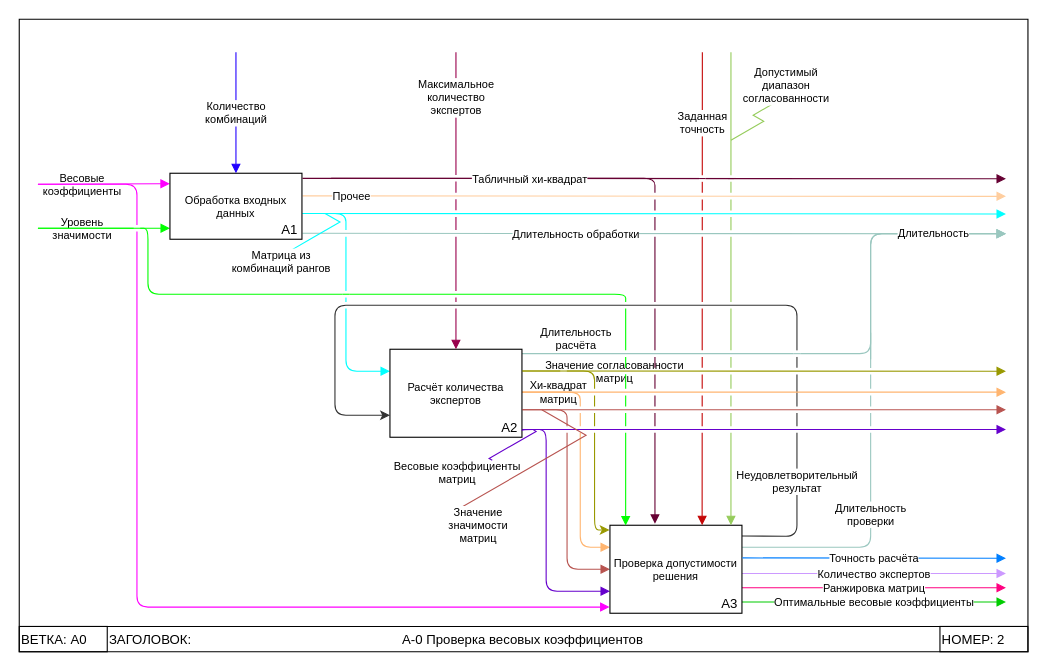
Earlier version of the draw.io diagram page "А0" (2 of 4) of draw_io/idef0 prog v2.drawio (Dimj1k/Works). Source tidied: cells renumbered, new cells numbered last; positions are measured from the earlier drawing's top-left corner, leaving out a move shared by most shapes. Both pictures are drawn from the tidied source at 110%, with x=0, y=0 at pixel (19, 19).
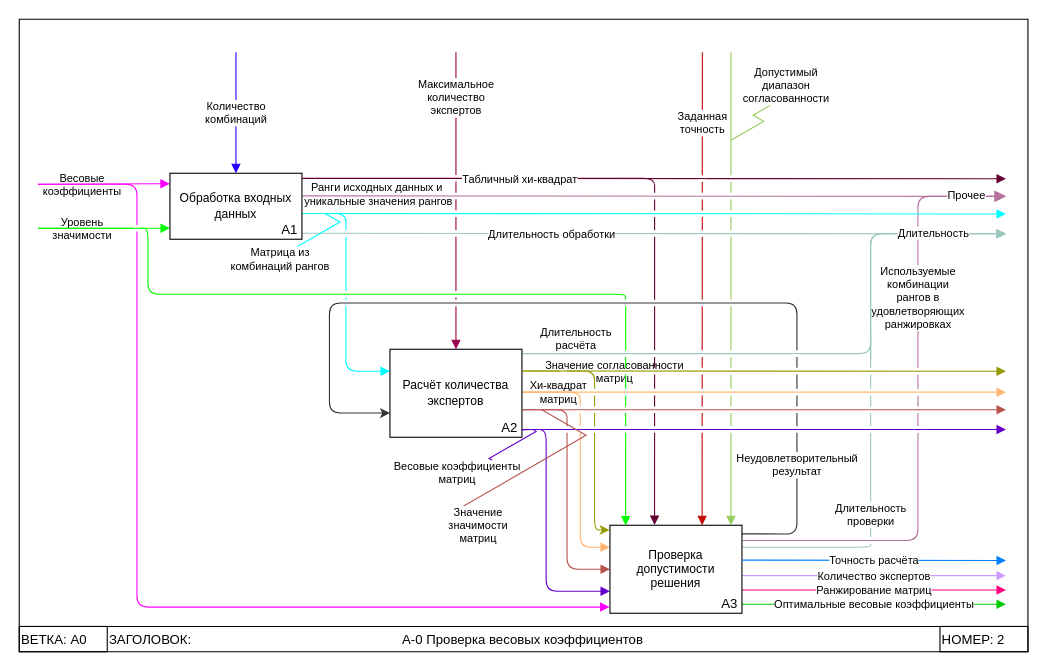
After the change.

Unchanged cells that the change refers to:
```xml
<mxCell id="11" style="swimlane;direction=west;fillColor=none;swimlaneFillColor=none;shadow=0;swimlaneLine=1;fontSize=10;" parent="1" vertex="1">
  <mxGeometry width="917" height="575" as="geometry" />
</mxCell>
<mxCell id="19" style="group;fontSize=10;" parent="11" vertex="1">
  <mxGeometry x="137" y="140" width="120" height="60" as="geometry" />
</mxCell>
<mxCell id="28" style="group;fontSize=10;" parent="11" vertex="1">
  <mxGeometry x="337" y="300" width="120" height="80" as="geometry" />
</mxCell>
<mxCell id="38" style="group;fontSize=10;" parent="11" vertex="1">
  <mxGeometry x="537" y="460" width="120" height="80" as="geometry" />
</mxCell>
```

What changed in the source:
```diff
@@
+    <mxCell id="59" value="Используемые&lt;br style=&quot;font-size: 10px;&quot;&gt;комбинации&lt;br style=&quot;font-size: 10px;&quot;&gt;рангов в&lt;br style=&quot;font-size: 10px;&quot;&gt;удовлетворяющих&lt;br style=&quot;font-size: 10px;&quot;&gt;ранжировках" style="edgeStyle=elbowEdgeStyle;elbow=horizontal;endArrow=block;html=1;rounded=1;endSize=8;startSize=8;endFill=1;strokeColor=#B5739D;exitX=1.003;exitY=0.174;exitDx=0;exitDy=0;exitPerimeter=0;jumpStyle=gap;fontSize=10;" parent="1" edge="1" source="39">
+      <mxGeometry x="0.38" relative="1" as="geometry">
+        <mxPoint x="897" y="161" as="targetPoint" />
+        <Array as="points">
+          <mxPoint x="817" y="327" />
+        </Array>
+      </mxGeometry>
+    </mxCell>
@@
-    <mxCell id="3" value="Ранжировка матриц" style="endArrow=block;html=1;rounded=0;exitX=1.003;exitY=0.371;exitDx=0;exitDy=0;exitPerimeter=0;fontSize=10;endFill=1;strokeColor=#FF0080;" parent="1" edge="1">
+    <mxCell id="3" value="Ранжирование матриц" style="endArrow=block;html=1;rounded=0;exitX=1.003;exitY=0.371;exitDx=0;exitDy=0;exitPerimeter=0;fontSize=10;endFill=1;strokeColor=#FF0080;" parent="1" edge="1">
       <mxGeometry relative="1" as="geometry">
-        <mxPoint x="657" y="516.8" as="sourcePoint" />
-        <mxPoint x="897" y="516.8" as="targetPoint" />
+        <mxPoint x="657" y="518.8" as="sourcePoint" />
+        <mxPoint x="897" y="518.8" as="targetPoint" />
       </mxGeometry>
     </mxCell>
     <mxCell id="4" value="Оптимальные весовые коэффициенты" style="endArrow=block;html=1;rounded=0;exitX=1.003;exitY=0.371;exitDx=0;exitDy=0;exitPerimeter=0;fontSize=10;endFill=1;strokeColor=#00CC00;" parent="1" edge="1">
       <mxGeometry relative="1" as="geometry">
-        <mxPoint x="657" y="529.8" as="sourcePoint" />
-        <mxPoint x="897" y="529.8" as="targetPoint" />
+        <mxPoint x="657" y="531.8" as="sourcePoint" />
+        <mxPoint x="897" y="531.8" as="targetPoint" />
       </mxGeometry>
     </mxCell>
@@
     <mxCell id="8" value="Длительность обработки" style="endArrow=block;html=1;rounded=0;exitX=1.004;exitY=0.16;exitDx=0;exitDy=0;exitPerimeter=0;endFill=1;strokeColor=#9AC7BF;jumpStyle=gap;fontSize=10;" parent="1" edge="1">
-      <mxGeometry x="-0.22" relative="1" as="geometry">
+      <mxGeometry x="-0.29" relative="1" as="geometry">
         <mxPoint x="257.5" y="194.6" as="sourcePoint" />
         <mxPoint x="897" y="195" as="targetPoint" />
       </mxGeometry>
     </mxCell>
-    <mxCell id="9" value="Прочее" style="endArrow=block;html=1;rounded=0;exitX=1.004;exitY=0.16;exitDx=0;exitDy=0;exitPerimeter=0;endFill=1;strokeColor=#FFCE9F;fontSize=10;" parent="1" edge="1">
-      <mxGeometry x="-0.86" relative="1" as="geometry">
+    <mxCell id="9" value="Ранги исходных данных и&lt;br&gt;&amp;nbsp;уникальные значения рангов" style="endArrow=block;html=1;rounded=0;exitX=1.004;exitY=0.16;exitDx=0;exitDy=0;exitPerimeter=0;endFill=1;strokeColor=#B5739D;fontSize=10;fontColor=#000000;labelBackgroundColor=none;" parent="1" edge="1">
+      <mxGeometry x="-0.79" y="2" relative="1" as="geometry">
         <mxPoint x="257.5" y="160.6" as="sourcePoint" />
         <mxPoint x="897" y="161" as="targetPoint" />
       </mxGeometry>
     </mxCell>
@@
-    <mxCell id="12" value="Неудовлетворительный&lt;br style=&quot;font-size: 10px;&quot;&gt;результат" style="endArrow=classic;html=1;rounded=1;exitX=1;exitY=0.122;exitDx=0;exitDy=0;exitPerimeter=0;entryX=0;entryY=0.75;entryDx=0;entryDy=0;jumpStyle=gap;strokeColor=#333333;fontSize=10;" parent="11" edge="1" source="39" target="29">
-      <mxGeometry x="-0.76" relative="1" as="geometry">
+    <mxCell id="12" value="Неудовлетворительный&lt;br style=&quot;font-size: 10px;&quot;&gt;результат" style="endArrow=classic;html=1;rounded=1;exitX=1;exitY=0.122;exitDx=0;exitDy=0;exitPerimeter=0;entryX=0;entryY=0.75;entryDx=0;entryDy=0;jumpStyle=gap;strokeColor=#333333;fontSize=10;" parent="11" edge="1">
+      <mxGeometry x="-0.73" relative="1" as="geometry">
+        <mxPoint x="657" y="467.8" as="sourcePoint" />
+        <mxPoint x="337" y="358" as="targetPoint" />
         <Array as="points">
-          <mxPoint x="707" y="470" />
-          <mxPoint x="707" y="260" />
-          <mxPoint x="287" y="260" />
-          <mxPoint x="287" y="360" />
+          <mxPoint x="707" y="468" />
+          <mxPoint x="707" y="258" />
+          <mxPoint x="282" y="258" />
+          <mxPoint x="282" y="358" />
         </Array>
       </mxGeometry>
     </mxCell>
@@
-    <mxCell id="20" value="Обработка входных данных" style="rounded=0;whiteSpace=wrap;html=1;fontSize=10;" parent="19" vertex="1">
+    <mxCell id="20" value="Обработка входных данных" style="rounded=0;whiteSpace=wrap;html=1;fontSize=11;" parent="19" vertex="1">
       <mxGeometry width="120" height="60" as="geometry" />
     </mxCell>
@@
-    <mxCell id="27" value="Длительность&lt;br style=&quot;font-size: 10px;&quot;&gt;проверки" style="edgeStyle=orthogonalEdgeStyle;rounded=1;jettySize=auto;html=1;exitX=1;exitY=0.25;exitDx=0;exitDy=0;endArrow=block;endFill=1;strokeColor=#9ac7bf;jumpStyle=gap;fontSize=10;" parent="11" edge="1" source="39">
+    <mxCell id="27" value="Длительность&lt;br style=&quot;font-size: 10px;&quot;&gt;проверки" style="edgeStyle=orthogonalEdgeStyle;rounded=1;orthogonalLoop=1;jettySize=auto;html=1;exitX=1;exitY=0.25;exitDx=0;exitDy=0;endArrow=block;endFill=1;strokeColor=#9ac7bf;jumpStyle=gap;fontSize=10;" parent="11" edge="1">
       <mxGeometry x="-0.44" relative="1" as="geometry">
+        <mxPoint x="657" y="480" as="sourcePoint" />
         <mxPoint x="897" y="195" as="targetPoint" />
         <Array as="points">
           <mxPoint x="774" y="480" />
           <mxPoint x="774" y="195" />
         </Array>
       </mxGeometry>
     </mxCell>
@@
-    <mxCell id="29" value="Расчёт количества экспертов" style="rounded=0;whiteSpace=wrap;html=1;fontSize=10;" parent="28" vertex="1">
+    <mxCell id="29" value="Расчёт количества экспертов" style="rounded=0;whiteSpace=wrap;html=1;fontSize=11;" parent="28" vertex="1">
       <mxGeometry width="120" height="80" as="geometry" />
     </mxCell>
@@
     <mxCell id="34" value="Количество экспертов" style="endArrow=block;html=1;rounded=0;exitX=1.003;exitY=0.371;exitDx=0;exitDy=0;exitPerimeter=0;fontSize=10;endFill=1;strokeColor=#CC99FF;" parent="11" edge="1">
       <mxGeometry relative="1" as="geometry">
-        <mxPoint x="657" y="503.8" as="sourcePoint" />
-        <mxPoint x="897" y="503.8" as="targetPoint" />
+        <mxPoint x="657" y="505.8" as="sourcePoint" />
+        <mxPoint x="897" y="505.8" as="targetPoint" />
       </mxGeometry>
     </mxCell>
-    <mxCell id="35" style="endArrow=block;html=1;rounded=1;exitX=1.004;exitY=0.077;exitDx=0;exitDy=0;exitPerimeter=0;edgeStyle=orthogonalEdgeStyle;strokeColor=#660033;jumpStyle=gap;entryX=0.341;entryY=-0.016;entryDx=0;entryDy=0;endFill=1;fontSize=10;entryPerimeter=0;" parent="11" edge="1" source="20" target="39">
+    <mxCell id="35" style="endArrow=block;html=1;rounded=1;exitX=1.004;exitY=0.077;exitDx=0;exitDy=0;exitPerimeter=0;edgeStyle=orthogonalEdgeStyle;strokeColor=#660033;jumpStyle=gap;entryX=0.338;entryY=-0.003;entryDx=0;entryDy=0;endFill=1;fontSize=10;entryPerimeter=0;" parent="11" edge="1" source="20" target="39">
       <mxGeometry relative="1" as="geometry">
         <Array as="points">
           <mxPoint x="578" y="145" />
         </Array>
       </mxGeometry>
     </mxCell>
@@
+    <mxCell id="41" value="Длительность" style="text;html=1;align=center;verticalAlign=middle;strokeColor=none;fillColor=none;fontSize=10;labelBackgroundColor=default;" parent="11" vertex="1">
+      <mxGeometry x="786" y="179" width="90" height="30" as="geometry" />
+    </mxCell>
+    <mxCell id="42" value="Заданная&lt;br&gt;точность" style="endArrow=block;html=1;rounded=0;entryX=0.582;entryY=-0.001;entryDx=0;entryDy=0;strokeColor=#C40606;jumpStyle=gap;endFill=1;fontSize=10;entryPerimeter=0;" parent="11" edge="1">
+      <mxGeometry x="-0.7" relative="1" as="geometry">
+        <mxPoint x="621" y="30" as="sourcePoint" />
+        <mxPoint x="620.8" y="459.9" as="targetPoint" />
+      </mxGeometry>
+    </mxCell>
@@
-    <mxCell id="39" value="Проверка допустимости решения" style="rounded=0;whiteSpace=wrap;html=1;fontSize=10;" parent="38" vertex="1">
+    <mxCell id="39" value="Проверка допустимости решения" style="rounded=0;whiteSpace=wrap;html=1;fontSize=11;" parent="38" vertex="1">
       <mxGeometry width="120" height="80" as="geometry" />
     </mxCell>
@@
-    <mxCell id="41" value="Длительность" style="text;html=1;align=center;verticalAlign=middle;strokeColor=none;fillColor=none;fontSize=10;labelBackgroundColor=default;" parent="11" vertex="1">
-      <mxGeometry x="786" y="179" width="90" height="30" as="geometry" />
-    </mxCell>
-    <mxCell id="42" value="Заданная&lt;br&gt;точность" style="endArrow=block;html=1;rounded=0;entryX=0.582;entryY=-0.001;entryDx=0;entryDy=0;strokeColor=#C40606;jumpStyle=gap;endFill=1;fontSize=10;entryPerimeter=0;" parent="11" edge="1">
-      <mxGeometry x="-0.7" relative="1" as="geometry">
-        <mxPoint x="621" y="30" as="sourcePoint" />
-        <mxPoint x="620.8" y="459.9" as="targetPoint" />
-      </mxGeometry>
-    </mxCell>
+    <mxCell id="60" value="Прочее" style="text;html=1;align=center;verticalAlign=middle;strokeColor=none;fillColor=none;fontSize=10;labelBackgroundColor=default;" parent="11" vertex="1">
+      <mxGeometry x="835" y="148" width="52" height="24" as="geometry" />
+    </mxCell>
@@
     <mxCell id="44" value="Матрица из&lt;br style=&quot;font-size: 10px;&quot;&gt;комбинаций рангов" style="edgeStyle=isometricEdgeStyle;endArrow=none;html=1;elbow=vertical;rounded=0;strokeColor=#00FFFF;fontSize=10;" parent="1" edge="1">
-      <mxGeometry x="-0.64" y="-10" relative="1" as="geometry">
+      <mxGeometry x="-0.64" y="-9" relative="1" as="geometry">
         <mxPoint x="257" y="220" as="sourcePoint" />
         <mxPoint x="278" y="176.5" as="targetPoint" />
-        <mxPoint x="-11" y="-1" as="offset" />
+        <mxPoint x="-11" y="-2" as="offset" />
       </mxGeometry>
     </mxCell>
@@
-    <mxCell id="48" value="Точность расчёта" style="endArrow=block;html=1;rounded=0;exitX=1.003;exitY=0.371;exitDx=0;exitDy=0;exitPerimeter=0;fontSize=10;endFill=1;strokeColor=#007FFF;" parent="1" edge="1" source="39">
+    <mxCell id="48" value="Точность расчёта" style="endArrow=block;html=1;rounded=0;exitX=1.003;exitY=0.371;exitDx=0;exitDy=0;exitPerimeter=0;fontSize=10;endFill=1;strokeColor=#007FFF;" parent="1" edge="1">
       <mxGeometry relative="1" as="geometry">
-        <mxPoint x="897" y="490" as="targetPoint" />
+        <mxPoint x="657.4" y="491.7" as="sourcePoint" />
+        <mxPoint x="897" y="492" as="targetPoint" />
       </mxGeometry>
     </mxCell>
@@
-    <mxCell id="56" value="Табличный хи-квадрат" style="endArrow=block;html=1;rounded=0;exitX=1.004;exitY=0.16;exitDx=0;exitDy=0;exitPerimeter=0;endFill=1;strokeColor=#660033;fontSize=10;" parent="1" edge="1">
-      <mxGeometry x="-0.41" relative="1" as="geometry">
-        <mxPoint x="283.5" y="144.6" as="sourcePoint" />
+    <mxCell id="56" value="Табличный хи-квадрат" style="endArrow=block;html=1;rounded=0;exitX=1.003;exitY=0.079;exitDx=0;exitDy=0;exitPerimeter=0;endFill=1;strokeColor=#660033;fontSize=10;" parent="1" edge="1" source="20">
+      <mxGeometry x="-0.38" relative="1" as="geometry">
         <mxPoint x="897" y="145" as="targetPoint" />
       </mxGeometry>
     </mxCell>
@@
+    <mxCell id="61" style="rounded=0;whiteSpace=wrap;html=1;fillColor=default;strokeColor=none;" parent="1" vertex="1">
+      <mxGeometry x="771" y="470.9" width="6" height="6" as="geometry" />
+    </mxCell>
+    <mxCell id="62" style="endArrow=none;html=1;rounded=0;entryX=1;entryY=0.5;entryDx=0;entryDy=0;strokeColor=#b5739d;exitX=0;exitY=0.5;exitDx=0;exitDy=0;" parent="1" edge="1" source="61" target="61">
+      <mxGeometry relative="1" as="geometry" />
+    </mxCell>
+    <mxCell id="63" style="rounded=0;whiteSpace=wrap;html=1;fillColor=default;strokeColor=none;" parent="1" vertex="1">
+      <mxGeometry x="704" y="336" width="6" height="6" as="geometry" />
+    </mxCell>
+    <mxCell id="64" style="endArrow=none;html=1;rounded=0;entryX=1;entryY=0.5;entryDx=0;entryDy=0;strokeColor=#ffb570;exitX=0;exitY=0.5;exitDx=0;exitDy=0;" parent="1" edge="1" source="63" target="63">
+      <mxGeometry relative="1" as="geometry" />
+    </mxCell>
+    <mxCell id="65" style="rounded=0;whiteSpace=wrap;html=1;fillColor=default;strokeColor=none;" parent="1" vertex="1">
+      <mxGeometry x="814" y="336" width="6" height="6" as="geometry" />
+    </mxCell>
+    <mxCell id="66" style="endArrow=none;html=1;rounded=0;entryX=1;entryY=0.5;entryDx=0;entryDy=0;strokeColor=#ffb570;exitX=0;exitY=0.5;exitDx=0;exitDy=0;" parent="1" edge="1" source="65" target="65">
+      <mxGeometry relative="1" as="geometry" />
+    </mxCell>
+    <mxCell id="67" style="rounded=0;whiteSpace=wrap;html=1;fillColor=default;strokeColor=none;" parent="1" vertex="1">
+      <mxGeometry x="814" y="317" width="6" height="6" as="geometry" />
+    </mxCell>
+    <mxCell id="68" style="endArrow=none;html=1;rounded=0;entryX=1;entryY=0.5;entryDx=0;entryDy=0;strokeColor=#999900;exitX=0;exitY=0.5;exitDx=0;exitDy=0;" parent="1" edge="1" source="67" target="67">
+      <mxGeometry relative="1" as="geometry" />
+    </mxCell>
+    <mxCell id="69" style="rounded=0;whiteSpace=wrap;html=1;fillColor=default;strokeColor=none;" parent="1" vertex="1">
+      <mxGeometry x="814" y="352" width="6" height="6" as="geometry" />
+    </mxCell>
+    <mxCell id="70" style="endArrow=none;html=1;rounded=0;entryX=1;entryY=0.5;entryDx=0;entryDy=0;strokeColor=#b85450;exitX=0;exitY=0.5;exitDx=0;exitDy=0;" parent="1" edge="1" source="69" target="69">
+      <mxGeometry relative="1" as="geometry" />
+    </mxCell>
+    <mxCell id="71" style="rounded=0;whiteSpace=wrap;html=1;fillColor=default;strokeColor=none;" parent="1" vertex="1">
+      <mxGeometry x="814" y="370" width="6" height="6" as="geometry" />
+    </mxCell>
+    <mxCell id="72" style="endArrow=none;html=1;rounded=0;entryX=1;entryY=0.5;entryDx=0;entryDy=0;strokeColor=#6600cc;exitX=0;exitY=0.5;exitDx=0;exitDy=0;" parent="1" edge="1" source="71" target="71">
+      <mxGeometry relative="1" as="geometry" />
+    </mxCell>
```
